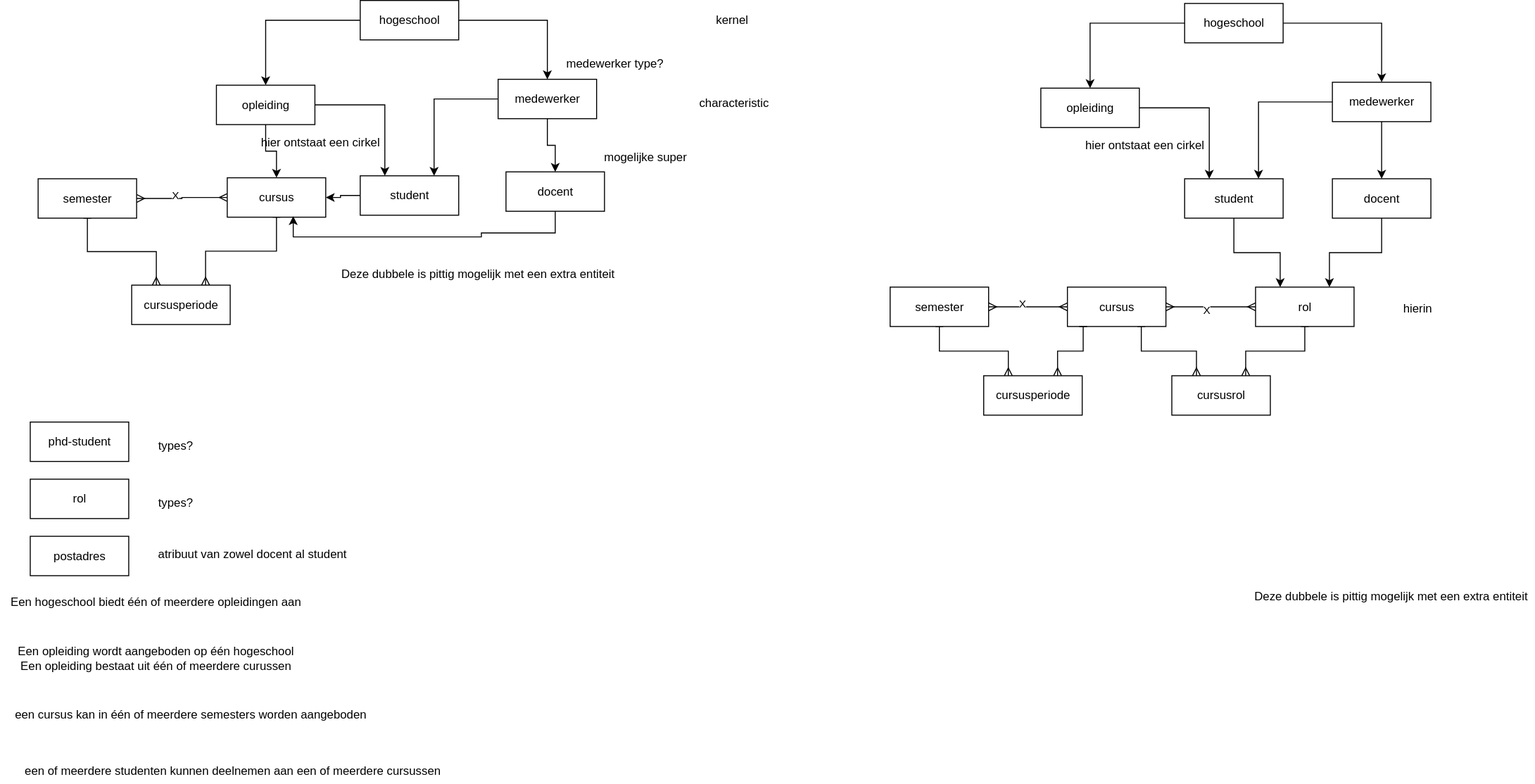
Before: oefenen met schoolsystemen.svg, a diagram exported from draw.io (Jterveld/draw.io-modellen). Source tidied: cells renumbered, new cells last; positions are measured from the earlier drawing's top-left corner, leaving out a move shared by most shapes.
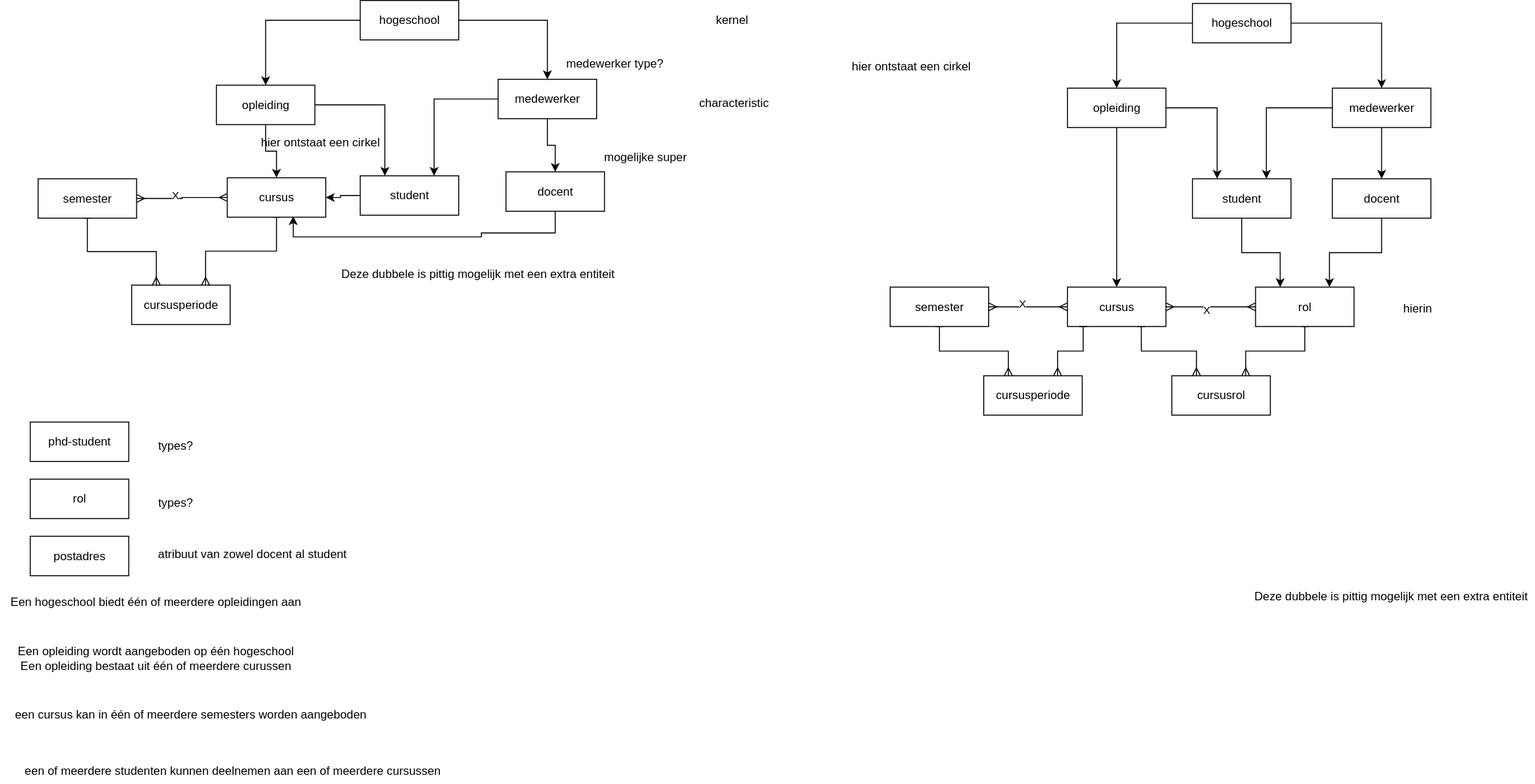
The same file after the commit.

The edit, as a diff of the source:
```diff
@@ -138,8 +138,11 @@
     <mxCell id="44" value="cursusrol" style="whiteSpace=wrap;html=1;align=center;" parent="1" vertex="1">
       <mxGeometry x="1189" y="381" width="100" height="40" as="geometry" />
     </mxCell>
+    <mxCell id="66" style="edgeStyle=orthogonalEdgeStyle;rounded=0;jettySize=auto;html=1;" parent="1" edge="1" source="45" target="41">
+      <mxGeometry relative="1" as="geometry" />
+    </mxCell>
     <mxCell id="45" value="opleiding" style="whiteSpace=wrap;html=1;align=center;" parent="1" vertex="1">
-      <mxGeometry x="1056" y="89" width="100" height="40" as="geometry" />
+      <mxGeometry x="1083" y="89" width="100" height="40" as="geometry" />
     </mxCell>
     <mxCell id="46" style="edgeStyle=orthogonalEdgeStyle;rounded=0;jettySize=auto;html=1;" parent="1" edge="1" source="48" target="45">
       <mxGeometry relative="1" as="geometry" />
@@ -148,13 +151,13 @@
       <mxGeometry relative="1" as="geometry" />
     </mxCell>
     <mxCell id="48" value="hogeschool" style="whiteSpace=wrap;html=1;align=center;" parent="1" vertex="1">
-      <mxGeometry x="1202" y="3" width="100" height="40" as="geometry" />
+      <mxGeometry x="1210" y="3" width="100" height="40" as="geometry" />
     </mxCell>
     <mxCell id="49" style="edgeStyle=orthogonalEdgeStyle;rounded=0;jettySize=auto;html=1;entryX=0.25;entryY=0;entryDx=0;entryDy=0;" parent="1" edge="1" source="50" target="43">
       <mxGeometry relative="1" as="geometry" />
     </mxCell>
     <mxCell id="50" value="student" style="whiteSpace=wrap;html=1;align=center;" parent="1" vertex="1">
-      <mxGeometry x="1202" y="181" width="100" height="40" as="geometry" />
+      <mxGeometry x="1210" y="181" width="100" height="40" as="geometry" />
     </mxCell>
     <mxCell id="51" style="edgeStyle=orthogonalEdgeStyle;rounded=0;jettySize=auto;html=1;endArrow=ERmany;endFill=0;startArrow=ERmany;startFill=0;exitX=0;exitY=0.5;exitDx=0;exitDy=0;" parent="1" edge="1" source="41" target="59">
       <mxGeometry relative="1" as="geometry" />
@@ -175,7 +178,7 @@
       <mxGeometry relative="1" as="geometry" />
     </mxCell>
     <mxCell id="57" value="medewerker" style="whiteSpace=wrap;html=1;align=center;" parent="1" vertex="1">
-      <mxGeometry x="1352" y="83" width="100" height="40" as="geometry" />
+      <mxGeometry x="1352" y="89" width="100" height="40" as="geometry" />
     </mxCell>
     <mxCell id="58" style="edgeStyle=orthogonalEdgeStyle;rounded=0;jettySize=auto;html=1;entryX=0.25;entryY=0;entryDx=0;entryDy=0;endArrow=ERmany;endFill=0;startArrow=baseDash;startFill=0;" parent="1" edge="1" source="59" target="60">
       <mxGeometry relative="1" as="geometry" />
@@ -193,7 +196,7 @@
       <mxGeometry relative="1" as="geometry" />
     </mxCell>
     <mxCell id="63" value="hier ontstaat een cirkel" style="text;html=1;align=center;verticalAlign=middle;strokeColor=none;fillColor=none;" parent="1" vertex="1">
-      <mxGeometry x="1091" y="134" width="139" height="26" as="geometry" />
+      <mxGeometry x="854" y="54" width="139" height="26" as="geometry" />
     </mxCell>
     <mxCell id="64" value="Deze dubbele is pittig mogelijk met een extra entiteit" style="text;html=1;align=center;verticalAlign=middle;strokeColor=none;fillColor=none;" parent="1" vertex="1">
       <mxGeometry x="1263" y="592" width="295" height="26" as="geometry" />
```
